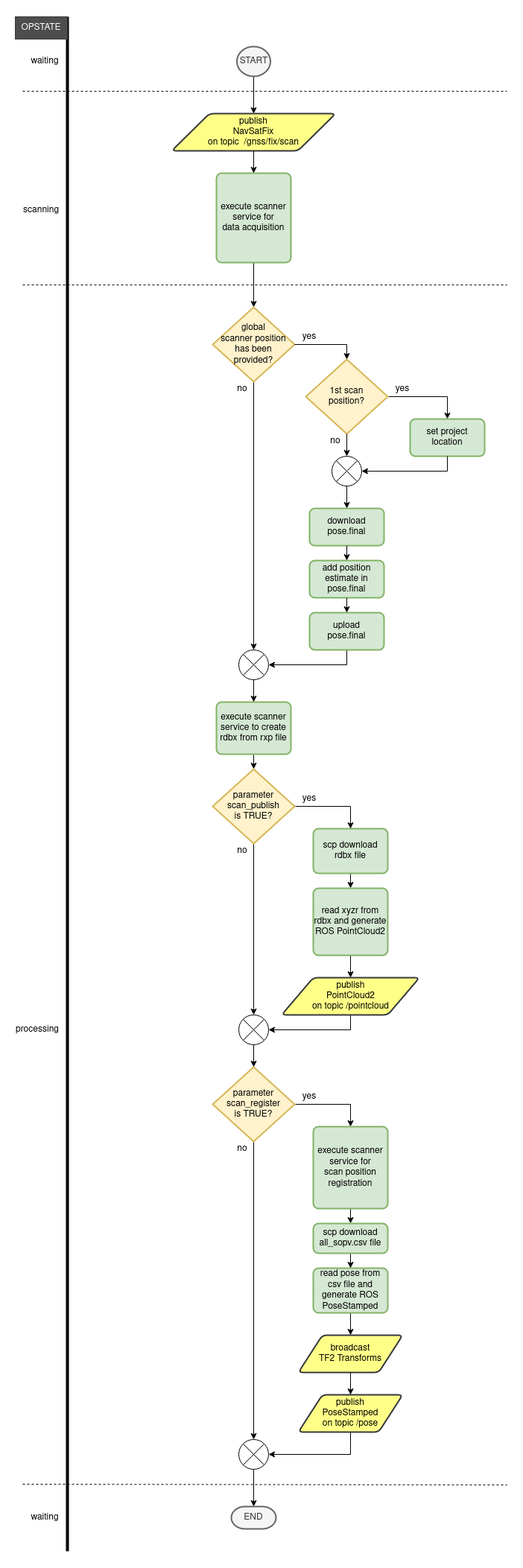
Above: riegl_vz/img/scan.png in riegllms/ros-riegl-vz (draw.io), before the change. Source tidied: cells renumbered, new cells last; positions are measured from the earlier drawing's top-left corner, leaving out a move shared by most shapes.
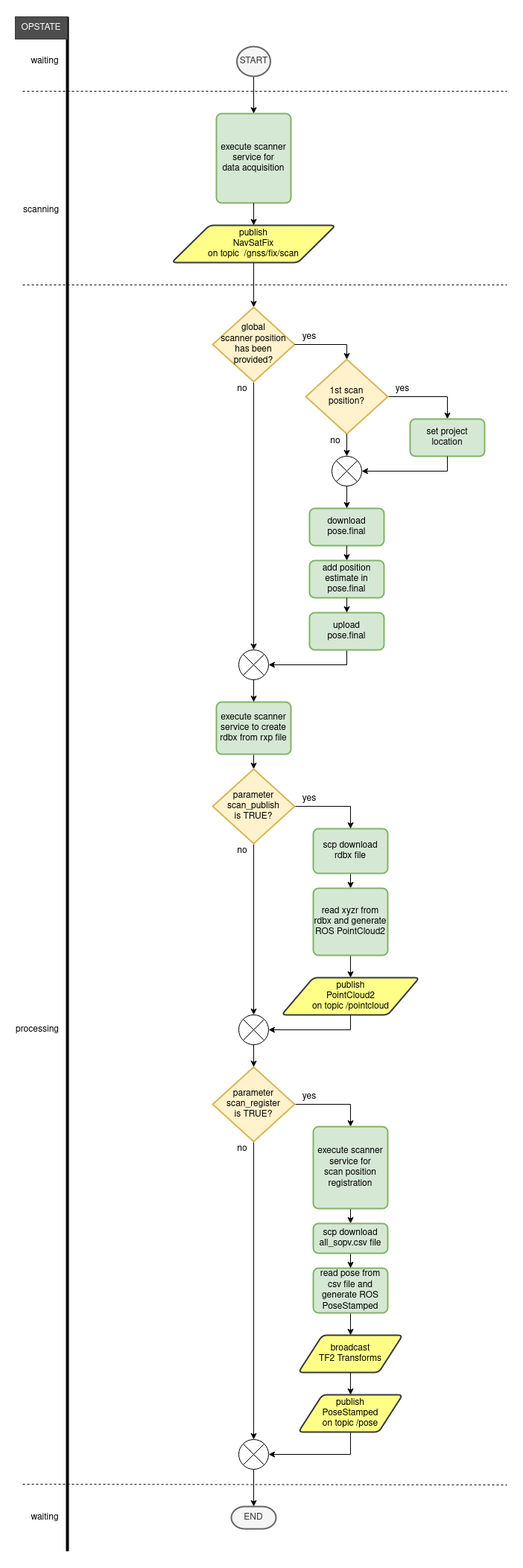
Later version of the same file.

Commit message:
Move gnss fix publishing after scan data acquisition, to get a stable fix at scan position.

The edit, as a diff of the source:
```diff
@@ -2,16 +2,14 @@
   <root>
     <mxCell id="0" />
     <mxCell id="1" parent="0" />
-    <mxCell id="2" style="edgeStyle=orthogonalEdgeStyle;rounded=0;jettySize=auto;html=1;exitX=0.5;exitY=1;exitDx=0;exitDy=0;exitPerimeter=0;entryX=0.5;entryY=0;entryDx=0;entryDy=0;" parent="1" edge="1" source="37">
-      <mxGeometry relative="1" as="geometry">
-        <mxPoint x="320" y="130" as="targetPoint" />
-      </mxGeometry>
+    <mxCell id="2" style="edgeStyle=orthogonalEdgeStyle;rounded=0;jettySize=auto;html=1;exitX=0.5;exitY=1;exitDx=0;exitDy=0;exitPerimeter=0;entryX=0.5;entryY=0;entryDx=0;entryDy=0;" parent="1" edge="1" source="37" target="4">
+      <mxGeometry relative="1" as="geometry" />
     </mxCell>
-    <mxCell id="3" style="edgeStyle=orthogonalEdgeStyle;rounded=0;jettySize=auto;html=1;exitX=0.5;exitY=1;exitDx=0;exitDy=0;entryX=0.5;entryY=0;entryDx=0;entryDy=0;entryPerimeter=0;" parent="1" edge="1" source="4" target="45">
+    <mxCell id="3" style="edgeStyle=orthogonalEdgeStyle;rounded=0;jettySize=auto;html=1;entryX=0.5;entryY=0;entryDx=0;entryDy=0;entryPerimeter=0;exitX=0.5;exitY=1;exitDx=0;exitDy=0;" parent="1" edge="1" source="70" target="45">
       <mxGeometry relative="1" as="geometry" />
     </mxCell>
     <mxCell id="4" value="&lt;div&gt;execute scanner service for &lt;br&gt;&lt;/div&gt;&lt;div&gt;data acquisition&lt;/div&gt;" style="rounded=1;whiteSpace=wrap;html=1;absoluteArcSize=1;arcSize=14;strokeWidth=2;fillColor=#d5e8d4;strokeColor=#82b366;" parent="1" vertex="1">
-      <mxGeometry x="270" y="210" width="100" height="120" as="geometry" />
+      <mxGeometry x="270" y="130" width="100" height="120" as="geometry" />
     </mxCell>
     <mxCell id="5" style="endArrow=none;html=1;strokeWidth=4;entryX=1;entryY=0;entryDx=0;entryDy=0;" parent="1" edge="1" target="41">
       <mxGeometry relative="1" as="geometry">
@@ -239,9 +237,9 @@
       <mxGeometry relative="1" as="geometry" />
     </mxCell>
     <mxCell id="70" value="&lt;div&gt;publish&lt;/div&gt;&lt;div&gt;NavSatFix&lt;/div&gt;&lt;div&gt;on topic&amp;nbsp; /gnss/fix/scan&lt;br&gt;&lt;/div&gt;" style="shape=parallelogram;html=1;strokeWidth=2;perimeter=parallelogramPerimeter;whiteSpace=wrap;rounded=1;arcSize=12;size=0.23;fillColor=#ffff88;strokeColor=#36393d;" parent="1" vertex="1">
-      <mxGeometry x="210" y="130" width="220" height="50" as="geometry" />
+      <mxGeometry x="210" y="280" width="220" height="50" as="geometry" />
     </mxCell>
-    <mxCell id="71" style="endArrow=classic;html=1;rounded=0;exitX=0.5;exitY=1;exitDx=0;exitDy=0;entryX=0.5;entryY=0;entryDx=0;entryDy=0;" parent="1" edge="1" source="70" target="4">
+    <mxCell id="71" style="endArrow=classic;html=1;rounded=0;exitX=0.5;exitY=1;exitDx=0;exitDy=0;entryX=0.5;entryY=0;entryDx=0;entryDy=0;" parent="1" edge="1" source="4" target="70">
       <mxGeometry relative="1" as="geometry" />
     </mxCell>
   </root>
```
